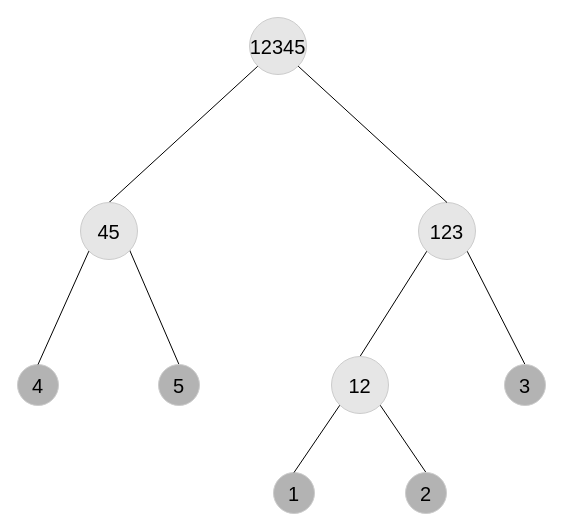
Above: page "ISMB_v2" (1 of 3) of img/Fig2.drawio in tahiri-lab/PrismTree (draw.io), before the change. Source tidied: cells renumbered, new cells numbered last; positions are measured from the earlier drawing's top-left corner, leaving out a move shared by most shapes. Both pictures are drawn from the tidied source at 100%, with x=0, y=0 at pixel (17, 17).
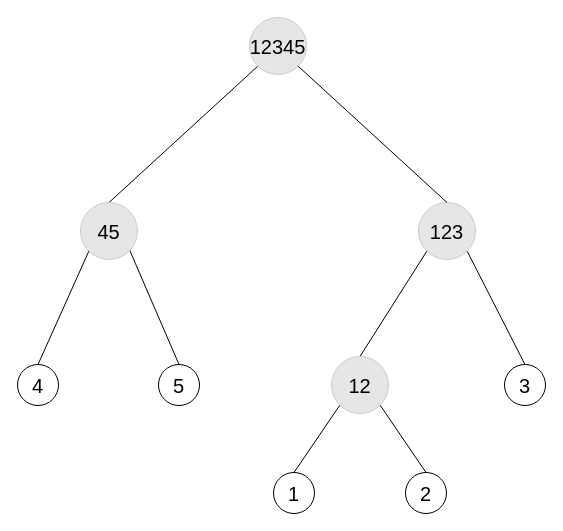
The same diagram, later.

The edit, as a diff of the source:
```diff
@@
 <mxGraphModel>
   <root>
     <mxCell id="0" />
     <mxCell id="1" parent="0" />
-    <mxCell id="2" value="&lt;font style=&quot;font-size: 20px;&quot;&gt;&lt;span&gt;1&lt;/span&gt;&lt;/font&gt;" style="ellipse;whiteSpace=wrap;html=1;fillColor=#B3B3B3;strokeColor=#CCCCCC;fontStyle=0;" parent="1" vertex="1">
+    <mxCell id="2" value="&lt;font style=&quot;font-size: 20px;&quot;&gt;&lt;span&gt;1&lt;/span&gt;&lt;/font&gt;" style="ellipse;whiteSpace=wrap;html=1;fontStyle=0;" parent="1" vertex="1">
       <mxGeometry x="256" y="455" width="41" height="41" as="geometry" />
     </mxCell>
     <mxCell id="3" style="endArrow=none;html=1;rounded=0;fillColor=#e1d5e7;strokeColor=#000000;fontStyle=0;exitX=0.5;exitY=0;exitDx=0;exitDy=0;entryX=0;entryY=1;entryDx=0;entryDy=0;" parent="1" edge="1" source="14" target="13">
       <mxGeometry relative="1" as="geometry" />
     </mxCell>
     <mxCell id="4" style="endArrow=none;html=1;rounded=0;exitX=0.5;exitY=0;exitDx=0;exitDy=0;entryX=0;entryY=1;entryDx=0;entryDy=0;fillColor=#e1d5e7;strokeColor=#000000;fontStyle=0;" parent="1" edge="1" source="16" target="15">
       <mxGeometry relative="1" as="geometry" />
     </mxCell>
     <mxCell id="5" style="endArrow=none;html=1;rounded=0;entryX=1;entryY=1;entryDx=0;entryDy=0;exitX=0.5;exitY=0;exitDx=0;exitDy=0;fillColor=#e1d5e7;strokeColor=#000000;fontStyle=0;" parent="1" edge="1" source="9" target="16">
       <mxGeometry relative="1" as="geometry" />
     </mxCell>
     <mxCell id="6" style="endArrow=none;html=1;rounded=0;exitX=0.5;exitY=0;exitDx=0;exitDy=0;fillColor=#e1d5e7;strokeColor=#000000;entryX=0;entryY=1;entryDx=0;entryDy=0;" parent="1" edge="1" source="2" target="16">
       <mxGeometry relative="1" as="geometry" />
     </mxCell>
     <mxCell id="7" style="endArrow=none;html=1;rounded=0;entryX=0.842;entryY=0.789;entryDx=0;entryDy=0;exitX=0.5;exitY=0;exitDx=0;exitDy=0;fillColor=#e1d5e7;strokeColor=#000000;fontStyle=0;entryPerimeter=0;" parent="1" edge="1" source="12" target="14">
       <mxGeometry relative="1" as="geometry" />
     </mxCell>
     <mxCell id="8" style="endArrow=none;html=1;rounded=0;entryX=1;entryY=1;entryDx=0;entryDy=0;exitX=0.5;exitY=0;exitDx=0;exitDy=0;fillColor=#e1d5e7;strokeColor=#000000;fontStyle=0;" parent="1" edge="1" source="10" target="15">
       <mxGeometry relative="1" as="geometry" />
     </mxCell>
-    <mxCell id="9" value="&lt;span style=&quot;font-size: 20px;&quot;&gt;2&lt;/span&gt;" style="ellipse;whiteSpace=wrap;html=1;fillColor=#B3B3B3;strokeColor=#CCCCCC;fontStyle=0;" parent="1" vertex="1">
+    <mxCell id="9" value="&lt;span style=&quot;font-size: 20px;&quot;&gt;2&lt;/span&gt;" style="ellipse;whiteSpace=wrap;html=1;fontStyle=0;" parent="1" vertex="1">
       <mxGeometry x="388" y="455" width="41" height="41" as="geometry" />
     </mxCell>
-    <mxCell id="10" value="&lt;font style=&quot;font-size: 20px;&quot;&gt;&lt;span&gt;3&lt;/span&gt;&lt;/font&gt;" style="ellipse;whiteSpace=wrap;html=1;fillColor=#B3B3B3;strokeColor=#CCCCCC;fontStyle=0;" parent="1" vertex="1">
+    <mxCell id="10" value="&lt;font style=&quot;font-size: 20px;&quot;&gt;&lt;span&gt;3&lt;/span&gt;&lt;/font&gt;" style="ellipse;whiteSpace=wrap;html=1;fontStyle=0;" parent="1" vertex="1">
       <mxGeometry x="487" y="347" width="41" height="41" as="geometry" />
     </mxCell>
-    <mxCell id="11" value="&lt;span style=&quot;font-size: 20px;&quot;&gt;&lt;span&gt;4&lt;/span&gt;&lt;/span&gt;" style="ellipse;whiteSpace=wrap;html=1;fillColor=#B3B3B3;strokeColor=#CCCCCC;fontStyle=0;" parent="1" vertex="1">
+    <mxCell id="11" value="&lt;span style=&quot;font-size: 20px;&quot;&gt;&lt;span&gt;4&lt;/span&gt;&lt;/span&gt;" style="ellipse;whiteSpace=wrap;html=1;fontStyle=0;" parent="1" vertex="1">
       <mxGeometry y="347" width="41" height="41" as="geometry" />
     </mxCell>
-    <mxCell id="12" value="&lt;font style=&quot;font-size: 20px;&quot;&gt;&lt;span&gt;5&lt;/span&gt;&lt;/font&gt;" style="ellipse;whiteSpace=wrap;html=1;fillColor=#B3B3B3;strokeColor=#CCCCCC;fontStyle=0;" parent="1" vertex="1">
+    <mxCell id="12" value="&lt;font style=&quot;font-size: 20px;&quot;&gt;&lt;span&gt;5&lt;/span&gt;&lt;/font&gt;" style="ellipse;whiteSpace=wrap;html=1;fontStyle=0;" parent="1" vertex="1">
       <mxGeometry x="141" y="347" width="41" height="41" as="geometry" />
     </mxCell>
     <mxCell id="13" value="&lt;font style=&quot;font-size: 20px;&quot;&gt;&lt;span&gt;12345&lt;/span&gt;&lt;/font&gt;" style="ellipse;whiteSpace=wrap;html=1;fillColor=#E6E6E6;strokeColor=#CCCCCC;fontStyle=0;" parent="1" vertex="1">
       <mxGeometry x="232" width="57" height="57" as="geometry" />
     </mxCell>
     <mxCell id="14" value="&lt;font style=&quot;font-size: 20px;&quot;&gt;&lt;span&gt;45&lt;/span&gt;&lt;/font&gt;" style="ellipse;whiteSpace=wrap;html=1;fillColor=#E6E6E6;strokeColor=#CCCCCC;fontStyle=0;" parent="1" vertex="1">
       <mxGeometry x="63" y="185" width="57" height="57" as="geometry" />
     </mxCell>
     <mxCell id="15" value="&lt;font style=&quot;font-size: 20px;&quot;&gt;&lt;span&gt;123&lt;/span&gt;&lt;/font&gt;" style="ellipse;whiteSpace=wrap;html=1;fillColor=#E6E6E6;strokeColor=#CCCCCC;fontStyle=0;" parent="1" vertex="1">
       <mxGeometry x="401" y="185" width="57" height="57" as="geometry" />
     </mxCell>
     <mxCell id="16" value="&lt;font style=&quot;font-size: 20px;&quot;&gt;&lt;span&gt;12&lt;/span&gt;&lt;/font&gt;" style="ellipse;whiteSpace=wrap;html=1;fillColor=#E6E6E6;strokeColor=#CCCCCC;fontStyle=0;" parent="1" vertex="1">
       <mxGeometry x="314" y="339" width="57" height="57" as="geometry" />
     </mxCell>
     <mxCell id="17" style="endArrow=none;html=1;rounded=0;exitX=0.5;exitY=0;exitDx=0;exitDy=0;fillColor=#e1d5e7;strokeColor=#000000;fontStyle=0;entryX=1;entryY=1;entryDx=0;entryDy=0;" parent="1" edge="1" source="15" target="13">
       <mxGeometry relative="1" as="geometry" />
     </mxCell>
     <mxCell id="18" style="endArrow=none;html=1;rounded=0;fillColor=#e1d5e7;strokeColor=#000000;fontStyle=0;exitX=0.5;exitY=0;exitDx=0;exitDy=0;entryX=0;entryY=1;entryDx=0;entryDy=0;" parent="1" edge="1" source="11" target="14">
       <mxGeometry relative="1" as="geometry" />
     </mxCell>
   </root>
 </mxGraphModel>
```
